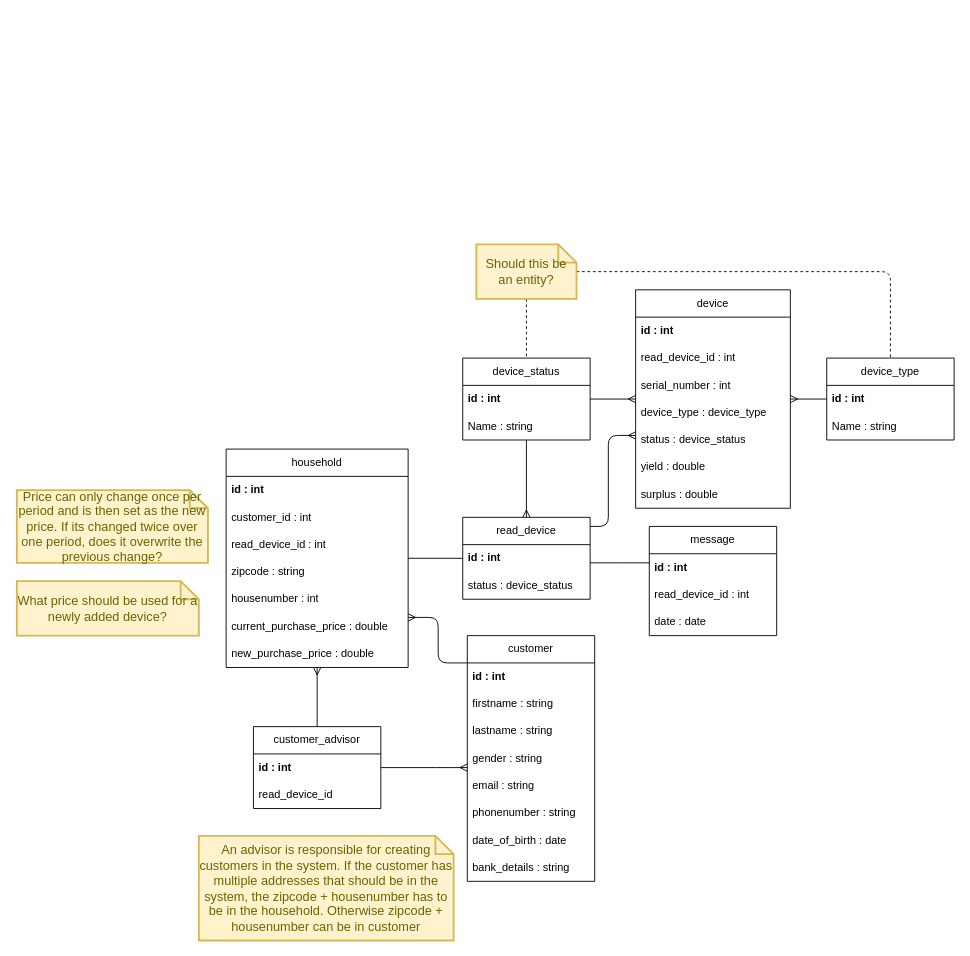
Above: diagrams/ERD/ERD.drawio in JochemGrootherder/educom-ecopowrrr (draw.io), before the change. Source tidied: cells renumbered, new cells numbered last; positions are measured from the earlier drawing's top-left corner, leaving out a move shared by most shapes. Both pictures are drawn from the tidied source at 91%, with x=0, y=0 at pixel (16, 244).
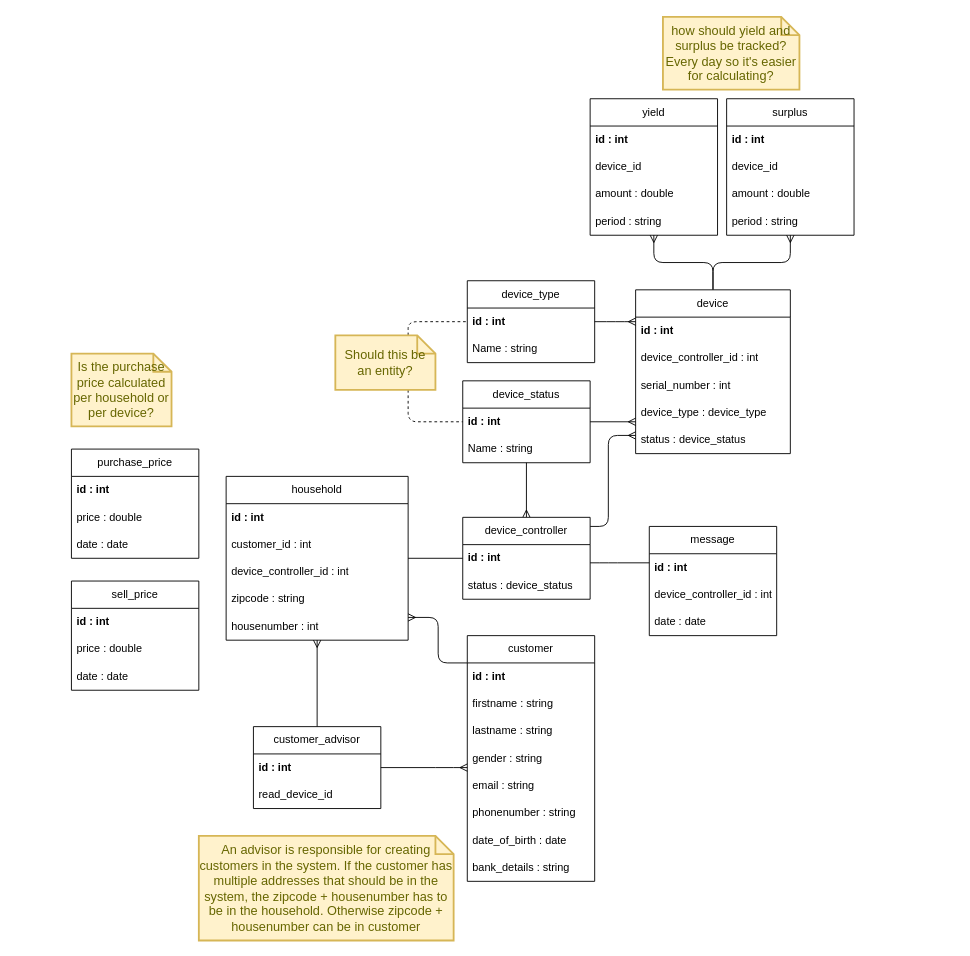
The same diagram, later.

Commit message:
yield and surplus as seperate entities. Also purchase and sell price as an entity in order to calculate later

Unchanged cells that the change refers to:
```xml
<mxCell id="46" value="message" style="swimlane;fontStyle=0;horizontal=1;startSize=30;whiteSpace=wrap;html=1;fontSize=12;" parent="1" vertex="1">
  <mxGeometry x="695" y="310" width="140" height="120" as="geometry" />
</mxCell>
```

Diff of the diagram source:
```diff
@@
     <mxCell id="2" value="household" style="swimlane;fontStyle=0;horizontal=1;startSize=30;whiteSpace=wrap;html=1;fontSize=12;" parent="1" vertex="1">
-      <mxGeometry x="230" y="225" width="200" height="240" as="geometry" />
+      <mxGeometry x="230" y="255" width="200" height="180" as="geometry" />
     </mxCell>
@@
-    <mxCell id="5" value="read_device_id : int" style="text;strokeColor=none;fillColor=none;align=left;verticalAlign=middle;spacingLeft=4;spacingRight=4;overflow=hidden;whiteSpace=wrap;html=1;fontSize=12;fontStyle=0;" parent="2" vertex="1">
-      <mxGeometry y="90" width="200" height="30" as="geometry" />
-    </mxCell>
+    <mxCell id="58" value="device_controller_id : int" style="text;strokeColor=none;fillColor=none;align=left;verticalAlign=middle;spacingLeft=4;spacingRight=4;overflow=hidden;whiteSpace=wrap;html=1;fontSize=12;fontStyle=0;" parent="2" vertex="1">
+      <mxGeometry y="90" width="200" height="30" as="geometry" />
+    </mxCell>
@@
-    <mxCell id="8" value="current_purchase_price : double" style="text;strokeColor=none;fillColor=none;align=left;verticalAlign=middle;spacingLeft=4;spacingRight=4;overflow=hidden;whiteSpace=wrap;html=1;fontSize=12;fontStyle=0;" parent="2" vertex="1">
-      <mxGeometry y="180" width="200" height="30" as="geometry" />
-    </mxCell>
-    <mxCell id="9" value="new_purchase_price : double" style="text;strokeColor=none;fillColor=none;align=left;verticalAlign=middle;spacingLeft=4;spacingRight=4;overflow=hidden;whiteSpace=wrap;html=1;fontSize=12;fontStyle=0;" parent="2" vertex="1">
-      <mxGeometry y="210" width="200" height="30" as="geometry" />
-    </mxCell>
@@
-    <mxCell id="17" value="read_device" style="swimlane;fontStyle=0;horizontal=1;startSize=30;whiteSpace=wrap;html=1;fontSize=12;" parent="1" vertex="1">
+    <mxCell id="17" value="device_controller" style="swimlane;fontStyle=0;horizontal=1;startSize=30;whiteSpace=wrap;html=1;fontSize=12;" parent="1" vertex="1">
       <mxGeometry x="490" y="300" width="140" height="90" as="geometry" />
     </mxCell>
@@
     <mxCell id="20" value="device_status" style="swimlane;fontStyle=0;horizontal=1;startSize=30;whiteSpace=wrap;html=1;fontSize=12;" parent="1" vertex="1">
-      <mxGeometry x="490" y="125" width="140" height="90" as="geometry" />
+      <mxGeometry x="490" y="150" width="140" height="90" as="geometry" />
     </mxCell>
@@
+    <mxCell id="59" style="edgeStyle=orthogonalEdgeStyle;html=1;startArrow=none;startFill=0;endArrow=ERmany;endFill=0;" parent="1" edge="1" source="23" target="67">
+      <mxGeometry relative="1" as="geometry" />
+    </mxCell>
+    <mxCell id="60" style="edgeStyle=orthogonalEdgeStyle;html=1;startArrow=none;startFill=0;endArrow=ERmany;endFill=0;" parent="1" edge="1" source="23" target="62">
+      <mxGeometry relative="1" as="geometry" />
+    </mxCell>
     <mxCell id="23" value="device" style="swimlane;fontStyle=0;horizontal=1;startSize=30;whiteSpace=wrap;html=1;fontSize=12;" parent="1" vertex="1">
-      <mxGeometry x="680" y="50" width="170" height="240" as="geometry" />
+      <mxGeometry x="680" y="50" width="170" height="180" as="geometry" />
     </mxCell>
@@
-    <mxCell id="25" value="read_device_id : int" style="text;strokeColor=none;fillColor=none;align=left;verticalAlign=middle;spacingLeft=4;spacingRight=4;overflow=hidden;whiteSpace=wrap;html=1;fontSize=12;fontStyle=0;" parent="23" vertex="1">
-      <mxGeometry y="60" width="170" height="30" as="geometry" />
-    </mxCell>
+    <mxCell id="61" value="device_controller_id : int" style="text;strokeColor=none;fillColor=none;align=left;verticalAlign=middle;spacingLeft=4;spacingRight=4;overflow=hidden;whiteSpace=wrap;html=1;fontSize=12;fontStyle=0;" parent="23" vertex="1">
+      <mxGeometry y="60" width="170" height="30" as="geometry" />
+    </mxCell>
@@
-    <mxCell id="29" value="yield : double" style="text;strokeColor=none;fillColor=none;align=left;verticalAlign=middle;spacingLeft=4;spacingRight=4;overflow=hidden;whiteSpace=wrap;html=1;fontSize=12;fontStyle=0;" parent="23" vertex="1">
-      <mxGeometry y="180" width="170" height="30" as="geometry" />
-    </mxCell>
-    <mxCell id="30" value="surplus : double" style="text;strokeColor=none;fillColor=none;align=left;verticalAlign=middle;spacingLeft=4;spacingRight=4;overflow=hidden;whiteSpace=wrap;html=1;fontSize=12;fontStyle=0;" parent="23" vertex="1">
-      <mxGeometry y="210" width="170" height="30" as="geometry" />
-    </mxCell>
-    <mxCell id="31" style="edgeStyle=none;html=1;startArrow=none;startFill=0;endArrow=ERmany;endFill=0;" parent="1" edge="1" source="32" target="23">
-      <mxGeometry relative="1" as="geometry" />
+    <mxCell id="31" style="edgeStyle=orthogonalEdgeStyle;html=1;startArrow=none;startFill=0;endArrow=ERmany;endFill=0;" parent="1" edge="1" source="32" target="23">
+      <mxGeometry relative="1" as="geometry">
+        <Array as="points">
+          <mxPoint x="658" y="85" />
+          <mxPoint x="658" y="85" />
+        </Array>
+      </mxGeometry>
     </mxCell>
     <mxCell id="32" value="device_type" style="swimlane;fontStyle=0;horizontal=1;startSize=30;whiteSpace=wrap;html=1;fontSize=12;" parent="1" vertex="1">
-      <mxGeometry x="890" y="125" width="140" height="90" as="geometry" />
+      <mxGeometry x="495" y="40" width="140" height="90" as="geometry" />
     </mxCell>
@@
-    <mxCell id="48" value="read_device_id : int" style="text;strokeColor=none;fillColor=none;align=left;verticalAlign=middle;spacingLeft=4;spacingRight=4;overflow=hidden;whiteSpace=wrap;html=1;fontSize=12;fontStyle=0;" parent="46" vertex="1">
+    <mxCell id="48" value="device_controller_id : int" style="text;strokeColor=none;fillColor=none;align=left;verticalAlign=middle;spacingLeft=4;spacingRight=4;overflow=hidden;whiteSpace=wrap;html=1;fontSize=12;fontStyle=0;" parent="46" vertex="1">
       <mxGeometry y="60" width="140" height="30" as="geometry" />
     </mxCell>
@@
-    <mxCell id="53" value="Price can only change once per period and is then set as the new price. If its changed twice over one period, does it overwrite the previous change?" style="shape=note;strokeWidth=2;fontSize=14;size=20;whiteSpace=wrap;html=1;fillColor=#fff2cc;strokeColor=#d6b656;fontColor=#666600;" parent="1" vertex="1">
-      <mxGeometry y="270" width="210" height="80" as="geometry" />
-    </mxCell>
     <mxCell id="54" style="edgeStyle=orthogonalEdgeStyle;html=1;startArrow=none;startFill=0;endArrow=none;endFill=0;dashed=1;" parent="1" edge="1" source="56" target="20">
-      <mxGeometry relative="1" as="geometry" />
+      <mxGeometry relative="1" as="geometry">
+        <Array as="points">
+          <mxPoint x="430" y="195" />
+        </Array>
+      </mxGeometry>
     </mxCell>
     <mxCell id="55" style="edgeStyle=orthogonalEdgeStyle;html=1;dashed=1;startArrow=none;startFill=0;endArrow=none;endFill=0;" parent="1" edge="1" source="56" target="32">
-      <mxGeometry relative="1" as="geometry" />
+      <mxGeometry relative="1" as="geometry">
+        <Array as="points">
+          <mxPoint x="430" y="85" />
+        </Array>
+      </mxGeometry>
     </mxCell>
     <mxCell id="56" value="Should this be an entity?" style="shape=note;strokeWidth=2;fontSize=14;size=20;whiteSpace=wrap;html=1;fillColor=#fff2cc;strokeColor=#d6b656;fontColor=#666600;" parent="1" vertex="1">
-      <mxGeometry x="505" width="110" height="60" as="geometry" />
+      <mxGeometry x="350" y="100" width="110" height="60" as="geometry" />
     </mxCell>
-    <mxCell id="57" value="What price should be used for a newly added device?" style="shape=note;strokeWidth=2;fontSize=14;size=20;whiteSpace=wrap;html=1;fillColor=#fff2cc;strokeColor=#d6b656;fontColor=#666600;" parent="1" vertex="1">
-      <mxGeometry y="370" width="200" height="60" as="geometry" />
-    </mxCell>
+    <mxCell id="62" value="yield" style="swimlane;fontStyle=0;horizontal=1;startSize=30;whiteSpace=wrap;html=1;fontSize=12;" parent="1" vertex="1">
+      <mxGeometry x="630" y="-160" width="140" height="150" as="geometry" />
+    </mxCell>
+    <mxCell id="63" value="id : int" style="text;strokeColor=none;fillColor=none;align=left;verticalAlign=middle;spacingLeft=4;spacingRight=4;overflow=hidden;whiteSpace=wrap;html=1;fontSize=12;fontStyle=1;" parent="62" vertex="1">
+      <mxGeometry y="30" width="140" height="30" as="geometry" />
+    </mxCell>
+    <mxCell id="64" value="device_id" style="text;strokeColor=none;fillColor=none;align=left;verticalAlign=middle;spacingLeft=4;spacingRight=4;overflow=hidden;whiteSpace=wrap;html=1;fontSize=12;fontStyle=0;" parent="62" vertex="1">
+      <mxGeometry y="60" width="140" height="30" as="geometry" />
+    </mxCell>
+    <mxCell id="65" value="amount : double" style="text;strokeColor=none;fillColor=none;align=left;verticalAlign=middle;spacingLeft=4;spacingRight=4;overflow=hidden;whiteSpace=wrap;html=1;fontSize=12;fontStyle=0;" parent="62" vertex="1">
+      <mxGeometry y="90" width="140" height="30" as="geometry" />
+    </mxCell>
+    <mxCell id="66" value="period : string" style="text;strokeColor=none;fillColor=none;align=left;verticalAlign=middle;spacingLeft=4;spacingRight=4;overflow=hidden;whiteSpace=wrap;html=1;fontSize=12;fontStyle=0;" parent="62" vertex="1">
+      <mxGeometry y="120" width="140" height="30" as="geometry" />
+    </mxCell>
+    <mxCell id="67" value="surplus" style="swimlane;fontStyle=0;horizontal=1;startSize=30;whiteSpace=wrap;html=1;fontSize=12;" parent="1" vertex="1">
+      <mxGeometry x="780" y="-160" width="140" height="150" as="geometry" />
+    </mxCell>
+    <mxCell id="68" value="id : int" style="text;strokeColor=none;fillColor=none;align=left;verticalAlign=middle;spacingLeft=4;spacingRight=4;overflow=hidden;whiteSpace=wrap;html=1;fontSize=12;fontStyle=1;" parent="67" vertex="1">
+      <mxGeometry y="30" width="140" height="30" as="geometry" />
+    </mxCell>
+    <mxCell id="69" value="device_id" style="text;strokeColor=none;fillColor=none;align=left;verticalAlign=middle;spacingLeft=4;spacingRight=4;overflow=hidden;whiteSpace=wrap;html=1;fontSize=12;fontStyle=0;" parent="67" vertex="1">
+      <mxGeometry y="60" width="140" height="30" as="geometry" />
+    </mxCell>
+    <mxCell id="70" value="amount : double" style="text;strokeColor=none;fillColor=none;align=left;verticalAlign=middle;spacingLeft=4;spacingRight=4;overflow=hidden;whiteSpace=wrap;html=1;fontSize=12;fontStyle=0;" parent="67" vertex="1">
+      <mxGeometry y="90" width="140" height="30" as="geometry" />
+    </mxCell>
+    <mxCell id="71" value="period : string" style="text;strokeColor=none;fillColor=none;align=left;verticalAlign=middle;spacingLeft=4;spacingRight=4;overflow=hidden;whiteSpace=wrap;html=1;fontSize=12;fontStyle=0;" parent="67" vertex="1">
+      <mxGeometry y="120" width="140" height="30" as="geometry" />
+    </mxCell>
+    <mxCell id="72" value="how should yield and surplus be tracked? Every day so it's easier for calculating?" style="shape=note;strokeWidth=2;fontSize=14;size=20;whiteSpace=wrap;html=1;fillColor=#fff2cc;strokeColor=#d6b656;fontColor=#666600;" parent="1" vertex="1">
+      <mxGeometry x="710" y="-250" width="150" height="80" as="geometry" />
+    </mxCell>
+    <mxCell id="73" value="Is the purchase price calculated per household or per device?" style="shape=note;strokeWidth=2;fontSize=14;size=20;whiteSpace=wrap;html=1;fillColor=#fff2cc;strokeColor=#d6b656;fontColor=#666600;" parent="1" vertex="1">
+      <mxGeometry x="60" y="120" width="110" height="80" as="geometry" />
+    </mxCell>
+    <mxCell id="74" value="purchase_price" style="swimlane;fontStyle=0;horizontal=1;startSize=30;whiteSpace=wrap;html=1;fontSize=12;" parent="1" vertex="1">
+      <mxGeometry x="60" y="225" width="140" height="120" as="geometry" />
+    </mxCell>
+    <mxCell id="75" value="id : int" style="text;strokeColor=none;fillColor=none;align=left;verticalAlign=middle;spacingLeft=4;spacingRight=4;overflow=hidden;whiteSpace=wrap;html=1;fontSize=12;fontStyle=1;" parent="74" vertex="1">
+      <mxGeometry y="30" width="140" height="30" as="geometry" />
+    </mxCell>
+    <mxCell id="76" value="price : double" style="text;strokeColor=none;fillColor=none;align=left;verticalAlign=middle;spacingLeft=4;spacingRight=4;overflow=hidden;whiteSpace=wrap;html=1;fontSize=12;fontStyle=0;" parent="74" vertex="1">
+      <mxGeometry y="60" width="140" height="30" as="geometry" />
+    </mxCell>
+    <mxCell id="77" value="date : date" style="text;strokeColor=none;fillColor=none;align=left;verticalAlign=middle;spacingLeft=4;spacingRight=4;overflow=hidden;whiteSpace=wrap;html=1;fontSize=12;fontStyle=0;" parent="74" vertex="1">
+      <mxGeometry y="90" width="140" height="30" as="geometry" />
+    </mxCell>
+    <mxCell id="78" value="sell_price" style="swimlane;fontStyle=0;horizontal=1;startSize=30;whiteSpace=wrap;html=1;fontSize=12;" parent="1" vertex="1">
+      <mxGeometry x="60" y="370" width="140" height="120" as="geometry" />
+    </mxCell>
+    <mxCell id="79" value="id : int" style="text;strokeColor=none;fillColor=none;align=left;verticalAlign=middle;spacingLeft=4;spacingRight=4;overflow=hidden;whiteSpace=wrap;html=1;fontSize=12;fontStyle=1;" parent="78" vertex="1">
+      <mxGeometry y="30" width="140" height="30" as="geometry" />
+    </mxCell>
+    <mxCell id="80" value="price : double" style="text;strokeColor=none;fillColor=none;align=left;verticalAlign=middle;spacingLeft=4;spacingRight=4;overflow=hidden;whiteSpace=wrap;html=1;fontSize=12;fontStyle=0;" parent="78" vertex="1">
+      <mxGeometry y="60" width="140" height="30" as="geometry" />
+    </mxCell>
+    <mxCell id="81" value="date : date" style="text;strokeColor=none;fillColor=none;align=left;verticalAlign=middle;spacingLeft=4;spacingRight=4;overflow=hidden;whiteSpace=wrap;html=1;fontSize=12;fontStyle=0;" parent="78" vertex="1">
+      <mxGeometry y="90" width="140" height="30" as="geometry" />
+    </mxCell>
```
